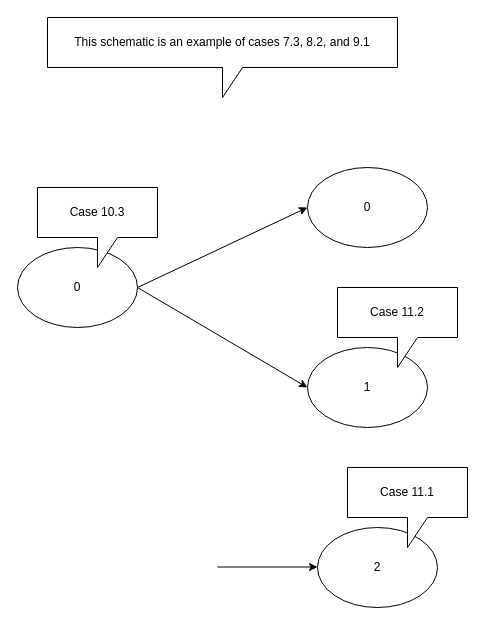
Earlier version of the draw.io diagram page "tee" (3 of 3) of test_cases/all_diagrams.drawio (bmfbp/bmfbp). Source tidied: cells renumbered, new cells numbered last; positions are measured from the earlier drawing's top-left corner, leaving out a move shared by most shapes. Both pictures are drawn from the tidied source at 100%, with x=0, y=0 at pixel (17, 17).
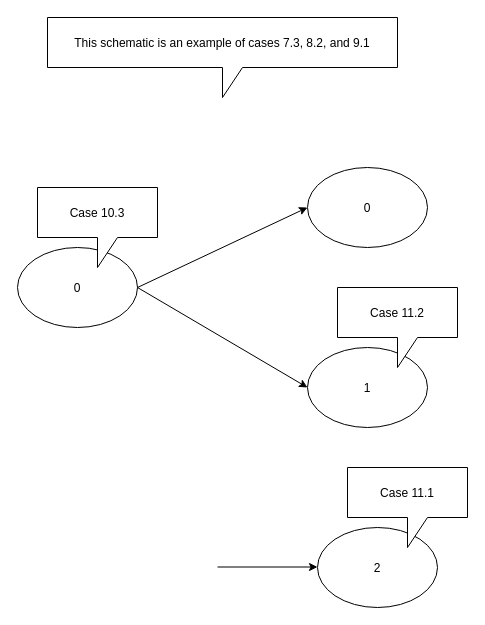
The same page after the edit.

Commit message (it also covers changes not shown here):
removed word-wrap and formatting from tee.svg

What changed in the source:
```diff
@@
 <mxGraphModel>
   <root>
     <mxCell id="0" />
     <mxCell id="1" parent="0" />
-    <mxCell id="2" value="0" style="ellipse;whiteSpace=wrap;html=1;" parent="1" vertex="1">
+    <mxCell id="2" value="0" style="ellipse;" parent="1" vertex="1">
       <mxGeometry y="230" width="120" height="80" as="geometry" />
     </mxCell>
-    <mxCell id="3" value="0" style="ellipse;whiteSpace=wrap;html=1;" parent="1" vertex="1">
+    <mxCell id="3" value="0" style="ellipse;" parent="1" vertex="1">
       <mxGeometry x="290" y="150" width="120" height="80" as="geometry" />
     </mxCell>
-    <mxCell id="4" value="1" style="ellipse;whiteSpace=wrap;html=1;" parent="1" vertex="1">
+    <mxCell id="4" value="1" style="ellipse;" parent="1" vertex="1">
       <mxGeometry x="290" y="330" width="120" height="80" as="geometry" />
     </mxCell>
-    <mxCell id="5" value="This schematic is an example of cases 7.3, 8.2, and 9.1" style="shape=callout;whiteSpace=wrap;html=1;perimeter=calloutPerimeter;" parent="1" vertex="1">
+    <mxCell id="5" value="This schematic is an example of cases 7.3, 8.2, and 9.1" style="shape=callout;perimeter=calloutPerimeter;" parent="1" vertex="1">
       <mxGeometry x="30" width="350" height="80" as="geometry" />
     </mxCell>
     <mxCell id="6" style="endArrow=classic;html=1;exitX=1;exitY=0.5;exitDx=0;exitDy=0;entryX=0;entryY=0.5;entryDx=0;entryDy=0;" parent="1" edge="1" source="2" target="3">
       <mxGeometry relative="1" as="geometry" />
     </mxCell>
     <mxCell id="7" style="endArrow=classic;html=1;exitX=1;exitY=0.5;exitDx=0;exitDy=0;entryX=0;entryY=0.5;entryDx=0;entryDy=0;" parent="1" edge="1" source="2" target="4">
       <mxGeometry relative="1" as="geometry" />
     </mxCell>
-    <mxCell id="8" value="2" style="ellipse;whiteSpace=wrap;html=1;" parent="1" vertex="1">
+    <mxCell id="8" value="2" style="ellipse;" parent="1" vertex="1">
       <mxGeometry x="300" y="510" width="120" height="80" as="geometry" />
     </mxCell>
     <mxCell id="9" style="endArrow=classic;html=1;exitX=1;exitY=0.5;exitDx=0;exitDy=0;" parent="1" edge="1">
       <mxGeometry relative="1" as="geometry">
         <mxPoint x="200" y="549.5" as="sourcePoint" />
         <mxPoint x="300" y="549.5" as="targetPoint" />
       </mxGeometry>
     </mxCell>
-    <mxCell id="10" value="Case 10.3" style="shape=callout;whiteSpace=wrap;html=1;perimeter=calloutPerimeter;" parent="1" vertex="1">
+    <mxCell id="10" value="Case 10.3" style="shape=callout;perimeter=calloutPerimeter;" parent="1" vertex="1">
       <mxGeometry x="20" y="170" width="120" height="80" as="geometry" />
     </mxCell>
-    <mxCell id="11" value="Case 11.1" style="shape=callout;whiteSpace=wrap;html=1;perimeter=calloutPerimeter;" parent="1" vertex="1">
+    <mxCell id="11" value="Case 11.1" style="shape=callout;perimeter=calloutPerimeter;" parent="1" vertex="1">
       <mxGeometry x="330" y="450" width="120" height="80" as="geometry" />
     </mxCell>
-    <mxCell id="12" value="Case 11.2" style="shape=callout;whiteSpace=wrap;html=1;perimeter=calloutPerimeter;" parent="1" vertex="1">
+    <mxCell id="12" value="Case 11.2" style="shape=callout;perimeter=calloutPerimeter;" parent="1" vertex="1">
       <mxGeometry x="320" y="270" width="120" height="80" as="geometry" />
     </mxCell>
   </root>
 </mxGraphModel>
```
